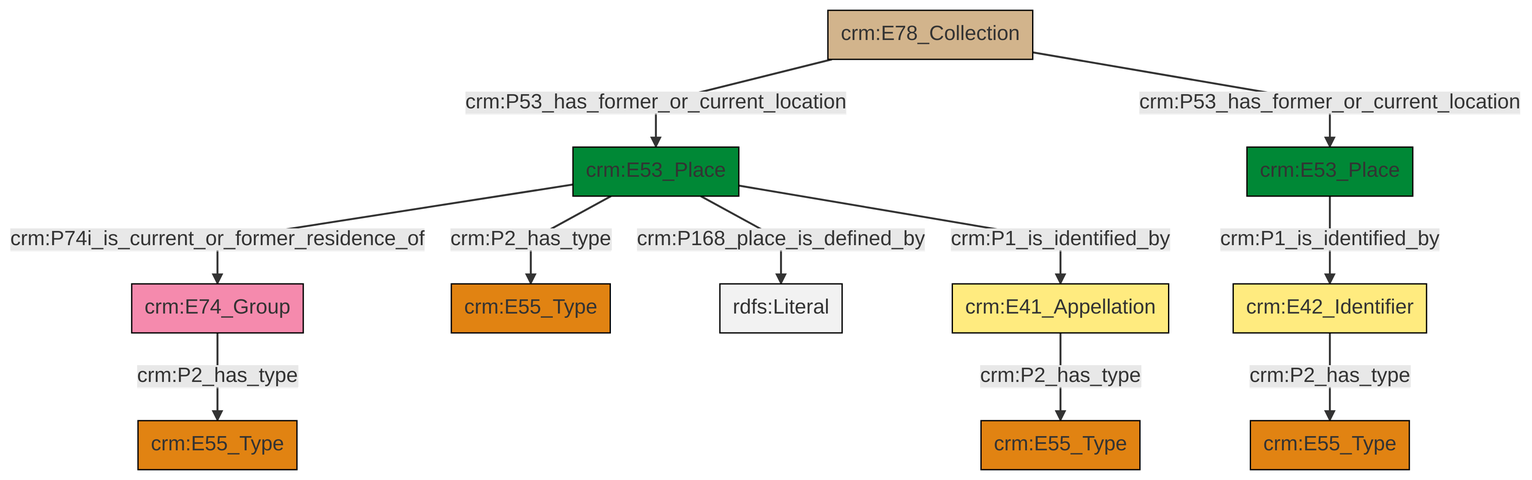
The Mermaid diagram et/archivalCSV/ttl/mmd/png/archival_location.png in swiss-art-research-net/docs.swissartresearch, before a commit. Its source is kept beside it as et/archivalCSV/ttl/mmd/archival_location.ttl.mmd.
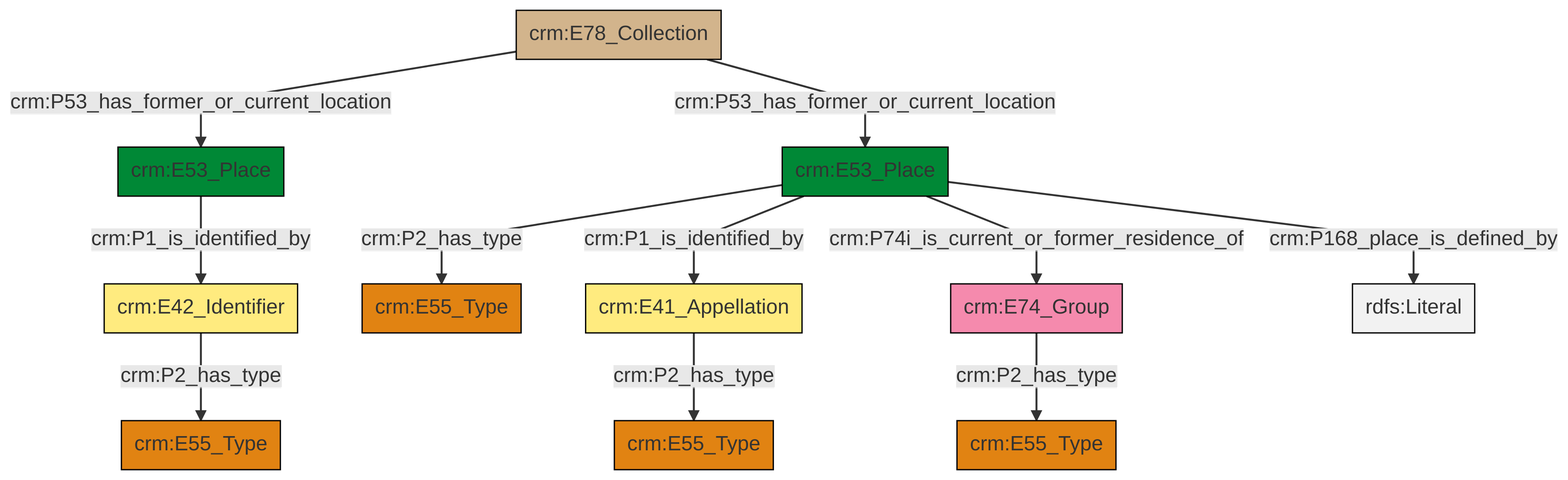
The same diagram one commit later.

Diff of the diagram source:
```diff
@@ -13,13 +13,13 @@
 classDef PC_Classes fill:#4ce600, stroke:#000000;
 classDef Multi fill:#cccccc,stroke:#000000;
 
-0["crm:E53_Place"]:::Place -->|crm:P74i_is_current_or_former_residence_of| 1["crm:E74_Group"]:::Actor
-0["crm:E53_Place"]:::Place -->|crm:P2_has_type| 4["crm:E55_Type"]:::Type
-10["crm:E78_Collection"]:::Physical_Thing -->|crm:P53_has_former_or_current_location| 0["crm:E53_Place"]:::Place
-10["crm:E78_Collection"]:::Physical_Thing -->|crm:P53_has_former_or_current_location| 2["crm:E53_Place"]:::Place
-0["crm:E53_Place"]:::Place -->|crm:P168_place_is_defined_by| 11[rdfs:Literal]:::Literal
-12["crm:E41_Appellation"]:::Appellation -->|crm:P2_has_type| 7["crm:E55_Type"]:::Type
-2["crm:E53_Place"]:::Place -->|crm:P1_is_identified_by| 16["crm:E42_Identifier"]:::Appellation
-1["crm:E74_Group"]:::Actor -->|crm:P2_has_type| 5["crm:E55_Type"]:::Type
-0["crm:E53_Place"]:::Place -->|crm:P1_is_identified_by| 12["crm:E41_Appellation"]:::Appellation
-16["crm:E42_Identifier"]:::Appellation -->|crm:P2_has_type| 14["crm:E55_Type"]:::Type
+0["crm:E53_Place"]:::Place -->|crm:P1_is_identified_by| 1["crm:E41_Appellation"]:::Appellation
+13["crm:E42_Identifier"]:::Appellation -->|crm:P2_has_type| 9["crm:E55_Type"]:::Type
+14["crm:E53_Place"]:::Place -->|crm:P1_is_identified_by| 13["crm:E42_Identifier"]:::Appellation
+15["crm:E74_Group"]:::Actor -->|crm:P2_has_type| 17["crm:E55_Type"]:::Type
+11["crm:E78_Collection"]:::Physical_Thing -->|crm:P53_has_former_or_current_location| 14["crm:E53_Place"]:::Place
+0["crm:E53_Place"]:::Place -->|crm:P2_has_type| 3["crm:E55_Type"]:::Type
+0["crm:E53_Place"]:::Place -->|crm:P74i_is_current_or_former_residence_of| 15["crm:E74_Group"]:::Actor
+11["crm:E78_Collection"]:::Physical_Thing -->|crm:P53_has_former_or_current_location| 0["crm:E53_Place"]:::Place
+1["crm:E41_Appellation"]:::Appellation -->|crm:P2_has_type| 6["crm:E55_Type"]:::Type
+0["crm:E53_Place"]:::Place -->|crm:P168_place_is_defined_by| 23[rdfs:Literal]:::Literal
```
